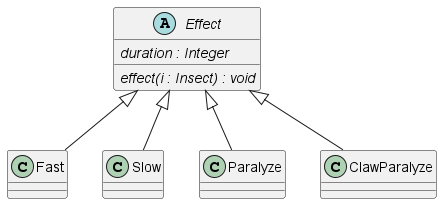
Petya-G/fungorium keeps this PlantUML diagram as out/4/classes/effect/spore.png. Above is the earlier version. Its diagram source:
```plantuml
@startuml spore

abstract class Effect {
    {abstract} duration : Integer
    {abstract} effect(i : Insect) : void
}

class Fast extends Effect {}
class Slow extends Effect {}
class Paralyze extends Effect {}
class ClawParalyze extends Effect {}

@enduml
```
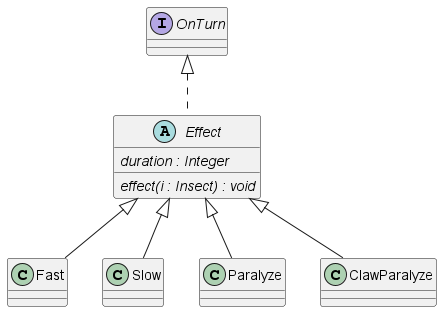
Above is the later version.

The edit, as a diff of the source:
```diff
@@ -1,6 +1,6 @@
 @startuml spore
 
-abstract class Effect {
+abstract class Effect implements OnTurn{
     {abstract} duration : Integer
     {abstract} effect(i : Insect) : void
 }
```
